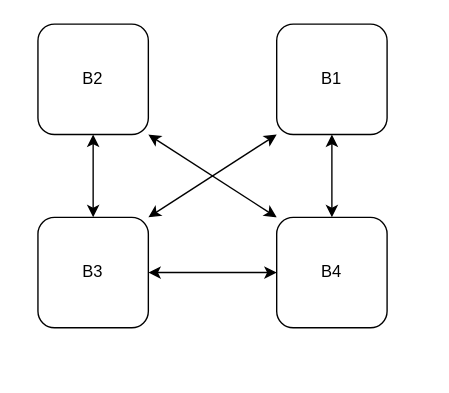
Earlier version of the draw.io diagram doc/img/topologie.drawio (Cajova-Houba/kiv-ds-2). Source tidied: cells renumbered, new cells numbered last; positions are measured from the earlier drawing's top-left corner, leaving out a move shared by most shapes. Both pictures are drawn from the tidied source at 138%, with x=0, y=0 at pixel (37, 23).
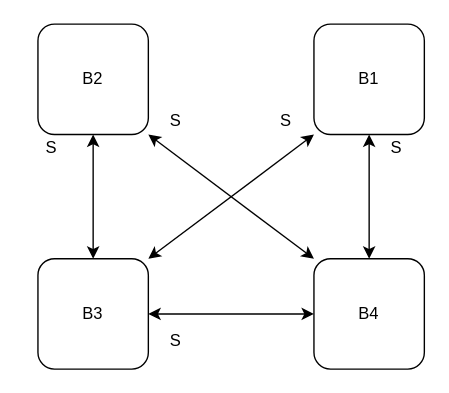
After the change.

Commit message (it also covers changes not shown here):
NaN: ZeroMQ pridana do banky. Cast logiky implementovana.

Change to the diagram source:
```diff
@@
 <mxGraphModel>
   <root>
     <mxCell id="0" />
     <mxCell id="1" parent="0" />
     <mxCell id="2" value="B2" style="rounded=1;whiteSpace=wrap;html=1;" parent="1" vertex="1">
       <mxGeometry width="80" height="80" as="geometry" />
     </mxCell>
     <mxCell id="3" value="B1" style="rounded=1;whiteSpace=wrap;html=1;" parent="1" vertex="1">
-      <mxGeometry x="173" width="80" height="80" as="geometry" />
+      <mxGeometry x="200" width="80" height="80" as="geometry" />
     </mxCell>
     <mxCell id="4" value="B3" style="rounded=1;whiteSpace=wrap;html=1;" parent="1" vertex="1">
-      <mxGeometry y="140" width="80" height="80" as="geometry" />
+      <mxGeometry y="170" width="80" height="80" as="geometry" />
     </mxCell>
     <mxCell id="5" value="B4" style="rounded=1;whiteSpace=wrap;html=1;" parent="1" vertex="1">
-      <mxGeometry x="173" y="140" width="80" height="80" as="geometry" />
+      <mxGeometry x="200" y="170" width="80" height="80" as="geometry" />
     </mxCell>
     <mxCell id="6" style="endArrow=classic;startArrow=classic;html=1;entryX=0.5;entryY=1;entryDx=0;entryDy=0;exitX=0.5;exitY=0;exitDx=0;exitDy=0;" parent="1" edge="1" source="4" target="2">
       <mxGeometry relative="1" as="geometry" />
     </mxCell>
     <mxCell id="7" style="endArrow=classic;startArrow=classic;html=1;entryX=1;entryY=0.5;entryDx=0;entryDy=0;exitX=0;exitY=0.5;exitDx=0;exitDy=0;" parent="1" edge="1" source="5" target="4">
       <mxGeometry relative="1" as="geometry" />
     </mxCell>
     <mxCell id="8" style="endArrow=classic;startArrow=classic;html=1;entryX=0;entryY=0;entryDx=0;entryDy=0;exitX=1;exitY=1;exitDx=0;exitDy=0;" parent="1" edge="1" source="2" target="5">
       <mxGeometry relative="1" as="geometry" />
     </mxCell>
     <mxCell id="9" style="endArrow=classic;startArrow=classic;html=1;exitX=1;exitY=0;exitDx=0;exitDy=0;entryX=0;entryY=1;entryDx=0;entryDy=0;" parent="1" edge="1" source="4" target="3">
       <mxGeometry relative="1" as="geometry" />
     </mxCell>
     <mxCell id="10" style="endArrow=classic;startArrow=classic;html=1;entryX=0.5;entryY=1;entryDx=0;entryDy=0;exitX=0.5;exitY=0;exitDx=0;exitDy=0;" parent="1" edge="1" source="5" target="3">
       <mxGeometry relative="1" as="geometry" />
     </mxCell>
+    <mxCell id="11" value="S" style="text;html=1;strokeColor=none;fillColor=none;align=center;verticalAlign=middle;whiteSpace=wrap;rounded=0;" parent="1" vertex="1">
+      <mxGeometry x="240" y="80" width="40" height="20" as="geometry" />
+    </mxCell>
+    <mxCell id="12" value="S" style="text;html=1;strokeColor=none;fillColor=none;align=center;verticalAlign=middle;whiteSpace=wrap;rounded=0;" parent="1" vertex="1">
+      <mxGeometry x="-10" y="80" width="40" height="20" as="geometry" />
+    </mxCell>
+    <mxCell id="13" value="S" style="text;html=1;strokeColor=none;fillColor=none;align=center;verticalAlign=middle;whiteSpace=wrap;rounded=0;" parent="1" vertex="1">
+      <mxGeometry x="80" y="220" width="40" height="20" as="geometry" />
+    </mxCell>
+    <mxCell id="14" value="S" style="text;html=1;strokeColor=none;fillColor=none;align=center;verticalAlign=middle;whiteSpace=wrap;rounded=0;" parent="1" vertex="1">
+      <mxGeometry x="80" y="60" width="40" height="20" as="geometry" />
+    </mxCell>
+    <mxCell id="15" value="S" style="text;html=1;strokeColor=none;fillColor=none;align=center;verticalAlign=middle;whiteSpace=wrap;rounded=0;" parent="1" vertex="1">
+      <mxGeometry x="160" y="60" width="40" height="20" as="geometry" />
+    </mxCell>
   </root>
 </mxGraphModel>
```
